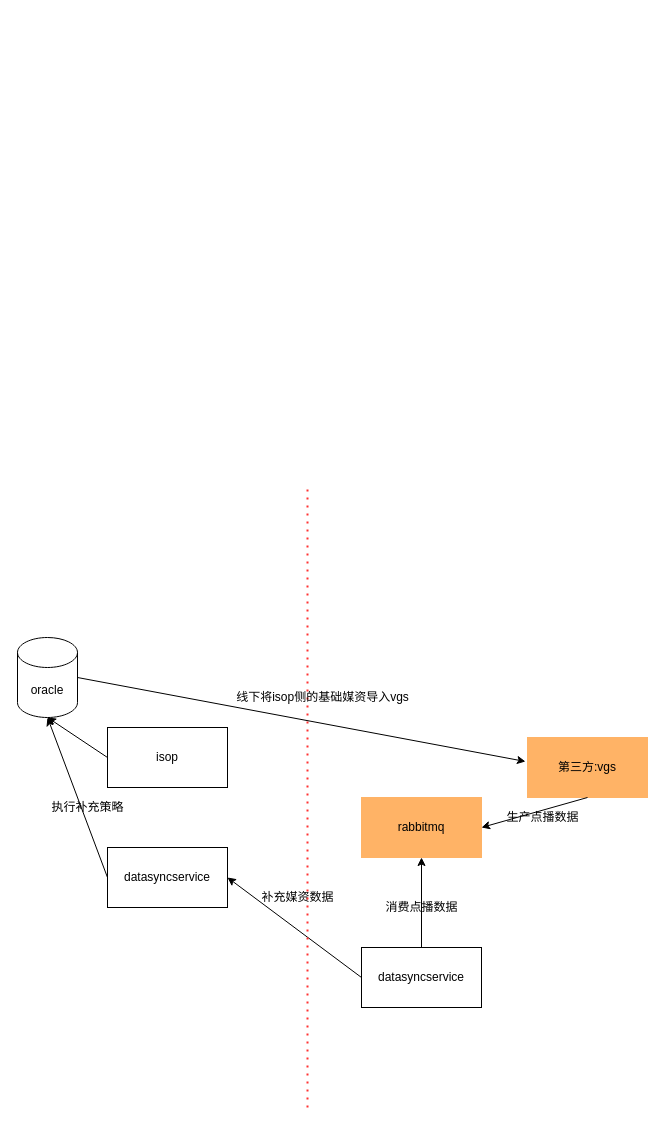
This is 日志分析dess.drawio from utscgeorge/processitemtest, a draw.io file, before an edit. Source tidied: cells renumbered, new cells numbered last; positions are measured from the earlier drawing's top-left corner, leaving out a move shared by most shapes. Both pictures are drawn from the tidied source at 100%, with x=0, y=0 at pixel (17, 487).
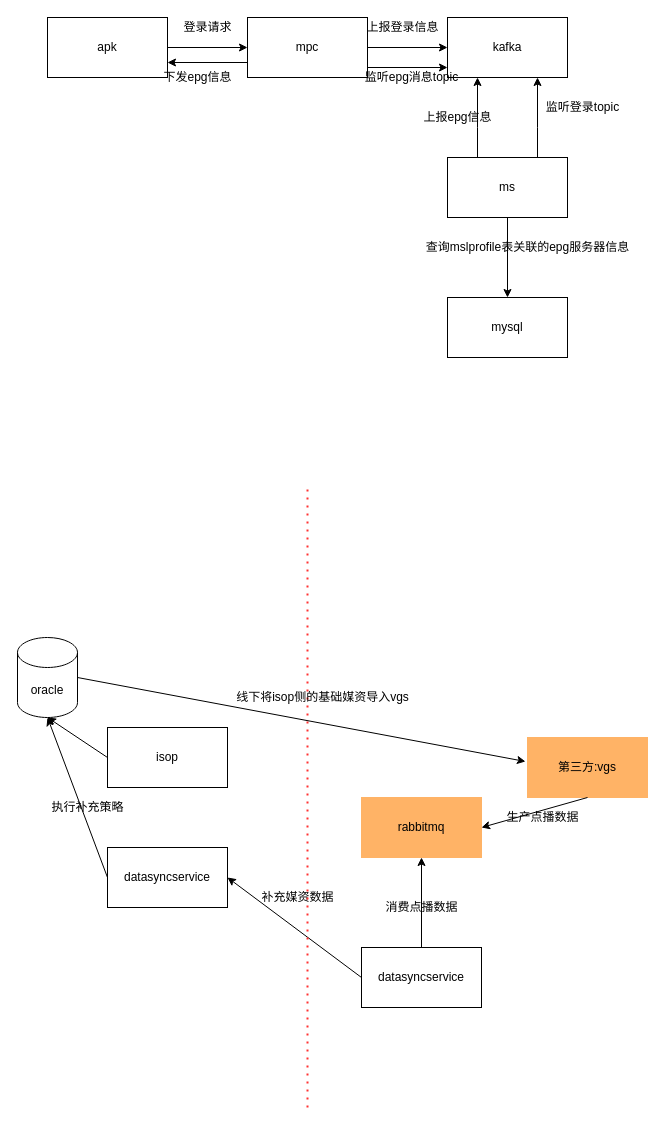
The same diagram, later.

The edit, as a diff of the source:
```diff
@@
+    <mxCell id="20" style="edgeStyle=orthogonalEdgeStyle;rounded=0;jettySize=auto;html=1;" parent="1" edge="1" source="21" target="23">
+      <mxGeometry relative="1" as="geometry" />
+    </mxCell>
+    <mxCell id="21" value="apk" style="whiteSpace=wrap;html=1;" parent="1" vertex="1">
+      <mxGeometry x="30" y="-470" width="120" height="60" as="geometry" />
+    </mxCell>
+    <mxCell id="22" style="edgeStyle=orthogonalEdgeStyle;rounded=0;jettySize=auto;html=1;" parent="1" edge="1" source="23" target="24">
+      <mxGeometry relative="1" as="geometry" />
+    </mxCell>
+    <mxCell id="23" value="mpc" style="whiteSpace=wrap;html=1;" parent="1" vertex="1">
+      <mxGeometry x="230" y="-470" width="120" height="60" as="geometry" />
+    </mxCell>
+    <mxCell id="24" value="kafka" style="whiteSpace=wrap;html=1;" parent="1" vertex="1">
+      <mxGeometry x="430" y="-470" width="120" height="60" as="geometry" />
+    </mxCell>
+    <mxCell id="25" style="edgeStyle=orthogonalEdgeStyle;rounded=0;jettySize=auto;html=1;" parent="1" edge="1" source="27" target="24">
+      <mxGeometry relative="1" as="geometry">
+        <Array as="points">
+          <mxPoint x="460" y="-360" />
+          <mxPoint x="460" y="-360" />
+        </Array>
+      </mxGeometry>
+    </mxCell>
+    <mxCell id="26" style="edgeStyle=orthogonalEdgeStyle;rounded=0;jettySize=auto;html=1;" parent="1" edge="1" source="27" target="31">
+      <mxGeometry relative="1" as="geometry" />
+    </mxCell>
+    <mxCell id="27" value="ms" style="whiteSpace=wrap;html=1;" parent="1" vertex="1">
+      <mxGeometry x="430" y="-330" width="120" height="60" as="geometry" />
+    </mxCell>
+    <mxCell id="28" value="登录请求" style="text;html=1;align=center;verticalAlign=middle;strokeColor=none;" parent="1" vertex="1">
+      <mxGeometry x="160" y="-470" width="60" height="20" as="geometry" />
+    </mxCell>
+    <mxCell id="29" value="上报登录信息" style="text;html=1;align=center;verticalAlign=middle;strokeColor=none;" parent="1" vertex="1">
+      <mxGeometry x="340" y="-470" width="90" height="20" as="geometry" />
+    </mxCell>
+    <mxCell id="30" value="监听登录topic" style="text;html=1;align=center;verticalAlign=middle;strokeColor=none;" parent="1" vertex="1">
+      <mxGeometry x="520" y="-390" width="90" height="20" as="geometry" />
+    </mxCell>
+    <mxCell id="31" value="mysql" style="whiteSpace=wrap;html=1;" parent="1" vertex="1">
+      <mxGeometry x="430" y="-190" width="120" height="60" as="geometry" />
+    </mxCell>
+    <mxCell id="32" value="查询mslprofile表关联的epg服务器信息" style="text;html=1;align=center;verticalAlign=middle;strokeColor=none;" parent="1" vertex="1">
+      <mxGeometry x="400" y="-250" width="220" height="20" as="geometry" />
+    </mxCell>
+    <mxCell id="33" style="edgeStyle=orthogonalEdgeStyle;rounded=0;orthogonalLoop=1;jettySize=auto;html=1;" parent="1" edge="1">
+      <mxGeometry relative="1" as="geometry">
+        <mxPoint x="520" y="-330" as="sourcePoint" />
+        <mxPoint x="520" y="-410" as="targetPoint" />
+        <Array as="points">
+          <mxPoint x="520" y="-360" />
+          <mxPoint x="520" y="-360" />
+        </Array>
+      </mxGeometry>
+    </mxCell>
+    <mxCell id="34" value="上报epg信息&lt;br&gt;" style="text;html=1;align=center;verticalAlign=middle;strokeColor=none;" parent="1" vertex="1">
+      <mxGeometry x="400" y="-380" width="80" height="20" as="geometry" />
+    </mxCell>
+    <mxCell id="35" style="edgeStyle=orthogonalEdgeStyle;rounded=0;orthogonalLoop=1;jettySize=auto;html=1;" parent="1" edge="1">
+      <mxGeometry relative="1" as="geometry">
+        <mxPoint x="350" y="-420" as="sourcePoint" />
+        <mxPoint x="430" y="-420" as="targetPoint" />
+      </mxGeometry>
+    </mxCell>
+    <mxCell id="36" value="监听epg消息topic&lt;br&gt;" style="text;html=1;align=center;verticalAlign=middle;strokeColor=none;" parent="1" vertex="1">
+      <mxGeometry x="339" y="-420" width="110" height="20" as="geometry" />
+    </mxCell>
+    <mxCell id="37" style="endArrow=classic;html=1;exitX=0;exitY=0.75;exitDx=0;exitDy=0;entryX=1;entryY=0.75;entryDx=0;entryDy=0;" parent="1" edge="1" source="23" target="21">
+      <mxGeometry relative="1" as="geometry" />
+    </mxCell>
+    <mxCell id="38" value="下发epg信息" style="text;html=1;align=center;verticalAlign=middle;strokeColor=none;" parent="1" vertex="1">
+      <mxGeometry x="140" y="-420" width="80" height="20" as="geometry" />
+    </mxCell>
```
